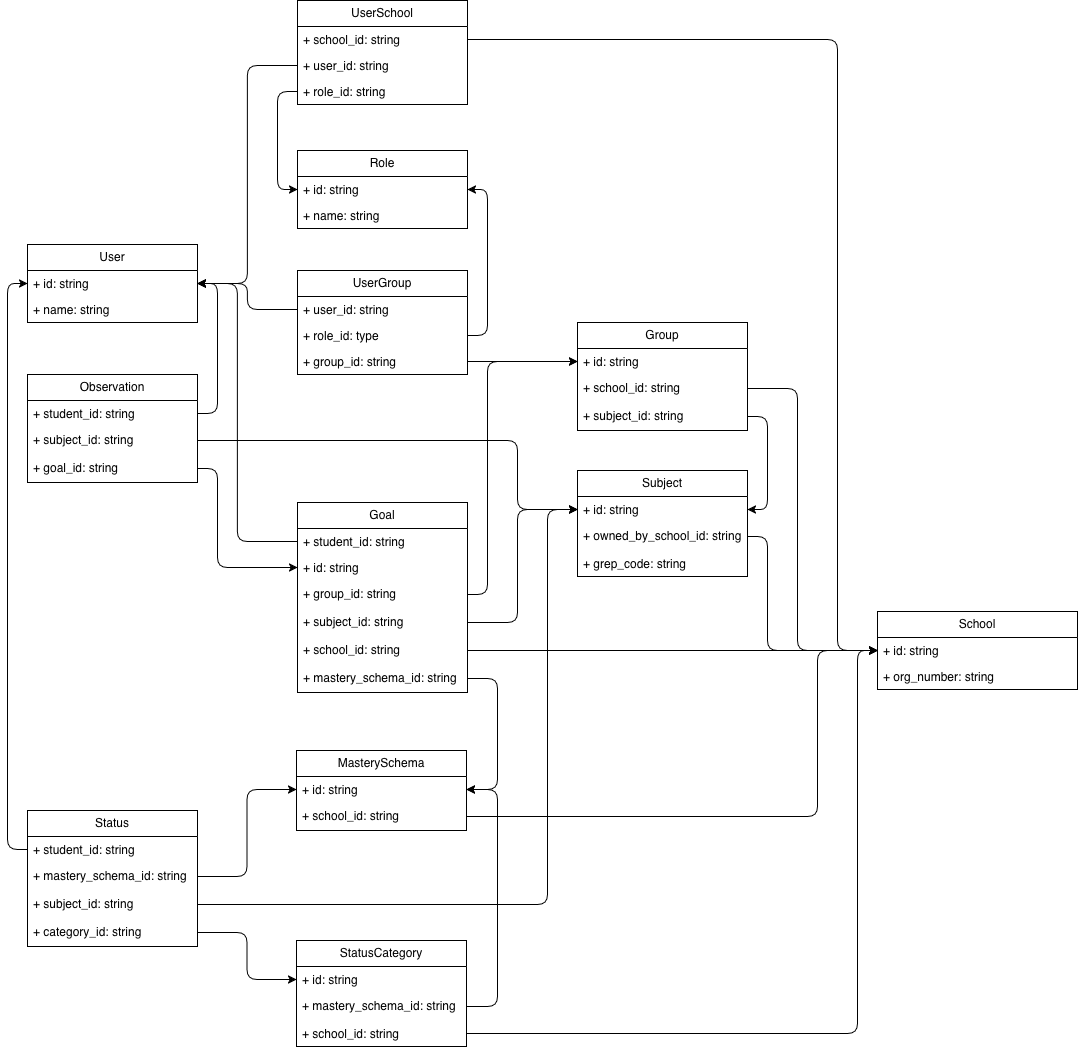
Before: notes/mestring-diagram-2026-04-15.drawio.png, a diagram exported from draw.io (Oslo-kommune-Utdanningsetaten/mestring). Source tidied: cells renumbered, new cells last; positions are measured from the earlier drawing's top-left corner, leaving out a move shared by most shapes.
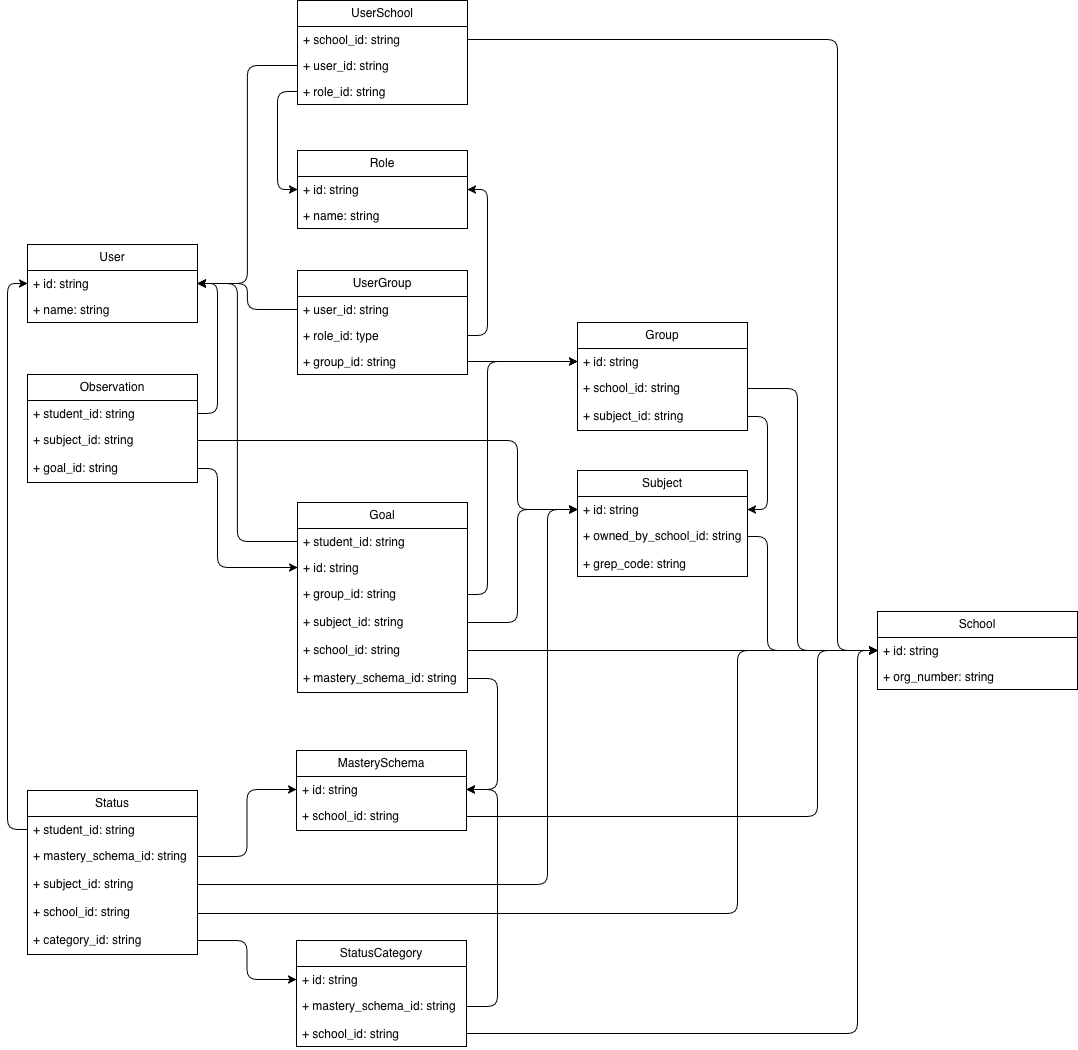
The same diagram one commit later.

Commit message:
Update data model frawing

What changed in the source:
```diff
@@ -179,8 +179,16 @@
         </Array>
       </mxGeometry>
     </mxCell>
+    <mxCell id="74" style="edgeStyle=orthogonalEdgeStyle;rounded=1;jettySize=auto;html=1;exitX=1;exitY=0.75;exitDx=0;exitDy=0;curved=0;" parent="1" edge="1" source="51" target="7">
+      <mxGeometry relative="1" as="geometry">
+        <Array as="points">
+          <mxPoint x="710" y="913" />
+          <mxPoint x="710" y="650" />
+        </Array>
+      </mxGeometry>
+    </mxCell>
     <mxCell id="51" value="Status" style="swimlane;fontStyle=0;horizontal=1;startSize=26;fillColor=none;whiteSpace=wrap;html=1;labelBackgroundColor=none;rounded=1;arcSize=0;" parent="1" vertex="1">
-      <mxGeometry y="810" width="170" height="136" as="geometry" />
+      <mxGeometry y="790" width="170" height="164" as="geometry" />
     </mxCell>
     <mxCell id="52" value="+ student_id: string" style="text;strokeColor=none;fillColor=none;align=left;verticalAlign=top;spacingLeft=4;spacingRight=4;overflow=hidden;points=[[0,0.5],[1,0.5]];portConstraint=eastwest;whiteSpace=wrap;html=1;labelBackgroundColor=none;rounded=1;" parent="51" vertex="1">
       <mxGeometry y="26" width="170" height="26" as="geometry" />
@@ -191,8 +199,11 @@
     <mxCell id="54" value="+ subject_id: string" style="text;strokeColor=none;fillColor=none;align=left;verticalAlign=top;spacingLeft=4;spacingRight=4;overflow=hidden;points=[[0,0.5],[1,0.5]];portConstraint=eastwest;whiteSpace=wrap;html=1;labelBackgroundColor=none;rounded=1;" parent="51" vertex="1">
       <mxGeometry y="80" width="170" height="28" as="geometry" />
     </mxCell>
+    <mxCell id="75" value="+ school_id: string" style="text;strokeColor=none;fillColor=none;align=left;verticalAlign=top;spacingLeft=4;spacingRight=4;overflow=hidden;whiteSpace=wrap;html=1;labelBackgroundColor=none;rounded=1;" parent="51" vertex="1">
+      <mxGeometry y="108" width="170" height="28" as="geometry" />
+    </mxCell>
     <mxCell id="55" value="+ category_id: string" style="text;strokeColor=none;fillColor=none;align=left;verticalAlign=top;spacingLeft=4;spacingRight=4;overflow=hidden;points=[[0,0.5],[1,0.5]];portConstraint=eastwest;whiteSpace=wrap;html=1;labelBackgroundColor=none;rounded=1;" parent="51" vertex="1">
-      <mxGeometry y="108" width="170" height="28" as="geometry" />
+      <mxGeometry y="136" width="170" height="28" as="geometry" />
     </mxCell>
     <mxCell id="56" style="edgeStyle=orthogonalEdgeStyle;rounded=1;jettySize=auto;html=1;labelBackgroundColor=none;fontColor=default;" parent="1" edge="1" source="53" target="48">
       <mxGeometry relative="1" as="geometry" />
@@ -203,7 +214,7 @@
     <mxCell id="58" style="edgeStyle=orthogonalEdgeStyle;rounded=1;jettySize=auto;html=1;labelBackgroundColor=none;fontColor=default;" parent="1" edge="1" source="54" target="28">
       <mxGeometry relative="1" as="geometry">
         <Array as="points">
-          <mxPoint x="520" y="904" />
+          <mxPoint x="520" y="884" />
           <mxPoint x="520" y="509" />
         </Array>
       </mxGeometry>
@@ -274,9 +285,6 @@
     <mxCell id="70" value="&lt;div&gt;+ school_id: string&lt;/div&gt;" style="text;strokeColor=none;fillColor=none;align=left;verticalAlign=top;spacingLeft=4;spacingRight=4;overflow=hidden;points=[[0,0.5],[1,0.5]];portConstraint=eastwest;whiteSpace=wrap;html=1;labelBackgroundColor=none;rounded=1;" parent="67" vertex="1">
       <mxGeometry y="80" width="170" height="26" as="geometry" />
     </mxCell>
-    <mxCell id="71" style="edgeStyle=orthogonalEdgeStyle;rounded=1;jettySize=auto;html=1;exitX=1;exitY=0.5;exitDx=0;exitDy=0;entryX=0;entryY=0.5;entryDx=0;entryDy=0;curved=0;" parent="1" edge="1" source="55" target="68">
-      <mxGeometry relative="1" as="geometry" />
-    </mxCell>
     <mxCell id="72" style="edgeStyle=orthogonalEdgeStyle;rounded=1;jettySize=auto;html=1;curved=0;" parent="1" edge="1" source="70" target="7">
       <mxGeometry relative="1" as="geometry">
         <Array as="points">
@@ -293,5 +301,8 @@
         </Array>
       </mxGeometry>
     </mxCell>
+    <mxCell id="71" style="edgeStyle=orthogonalEdgeStyle;rounded=1;jettySize=auto;html=1;entryX=0;entryY=0.5;entryDx=0;entryDy=0;curved=0;" parent="1" edge="1" source="55" target="68">
+      <mxGeometry relative="1" as="geometry" />
+    </mxCell>
   </root>
 </mxGraphModel>
```
